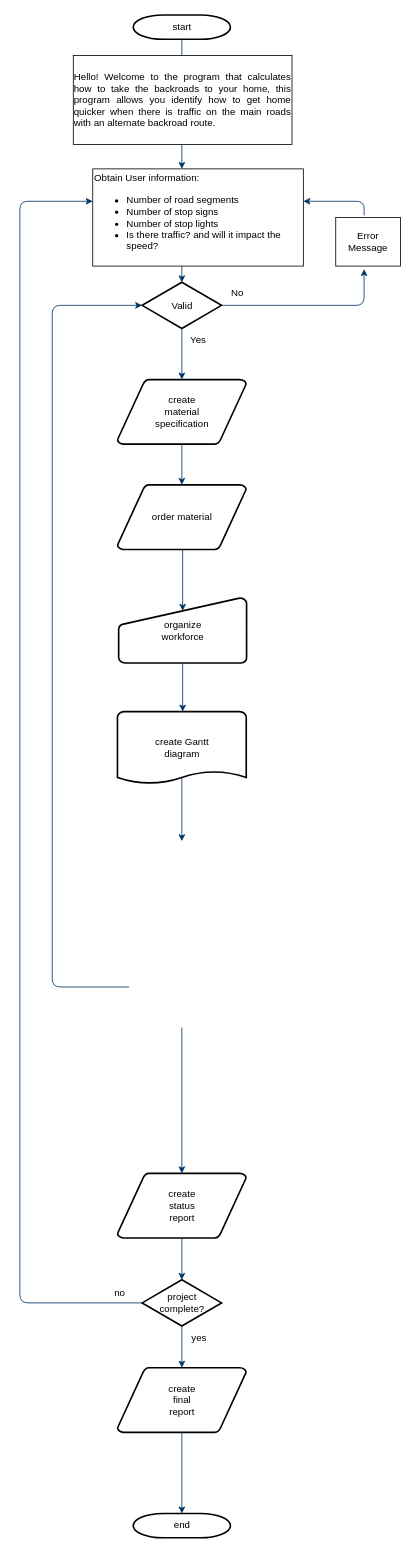
Above: Untitled Diagram.drawio in JLanez/Complete-Python-3-Bootcamp (draw.io), before the change. Source tidied: cells renumbered, new cells numbered last; positions are measured from the earlier drawing's top-left corner, leaving out a move shared by most shapes. Both pictures are drawn from the tidied source at 81%, with x=0, y=0 at pixel (19, 15).
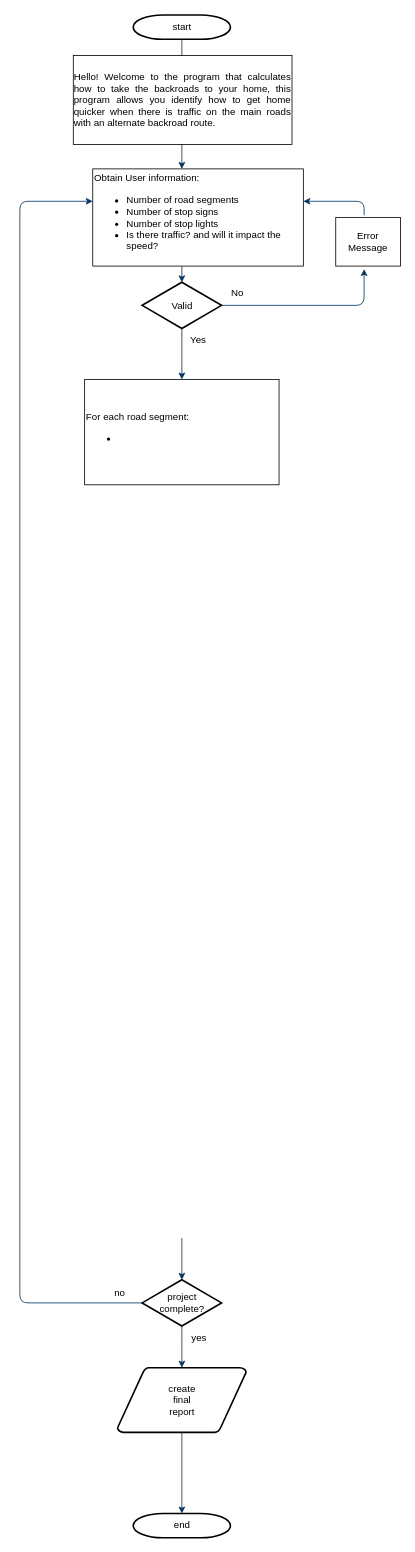
The same diagram, later.

The change refers to these unchanged cells:
```xml
<mxCell id="4" value="Valid" style="shape=mxgraph.flowchart.decision;strokeWidth=2;gradientColor=none;gradientDirection=north;fontStyle=0;html=1;" parent="1" vertex="1">
  <mxGeometry x="151" y="330" width="98" height="57" as="geometry" />
</mxCell>
<mxCell id="22" value="project&#10;complete?" style="shape=mxgraph.flowchart.decision;strokeWidth=2;gradientColor=none;gradientDirection=north;fontStyle=0;html=1;" parent="1" vertex="1">
  <mxGeometry x="151" y="1561.5" width="98" height="57" as="geometry" />
</mxCell>
```

Change to the diagram source:
```diff
@@
-    <mxCell id="3" value="create&#10;material&#10;specification" style="shape=mxgraph.flowchart.data;strokeWidth=2;gradientColor=none;gradientDirection=north;fontStyle=0;html=1;" parent="1" vertex="1">
-      <mxGeometry x="120.5" y="450" width="159" height="80" as="geometry" />
-    </mxCell>
@@
-    <mxCell id="10" style="edgeStyle=elbowEdgeStyle;elbow=horizontal;fontColor=#001933;fontStyle=1;strokeColor=#003366;strokeWidth=1;html=1;" parent="1" edge="1" source="4" target="3">
-      <mxGeometry as="geometry" />
+    <mxCell id="10" style="edgeStyle=elbowEdgeStyle;elbow=horizontal;fontColor=#001933;fontStyle=1;strokeColor=#003366;strokeWidth=1;html=1;" parent="1" edge="1" source="4">
+      <mxGeometry as="geometry">
+        <mxPoint x="200" y="450" as="targetPoint" />
+      </mxGeometry>
     </mxCell>
-    <mxCell id="11" value="order material" style="shape=mxgraph.flowchart.data;strokeWidth=2;gradientColor=none;gradientDirection=north;fontStyle=0;html=1;" parent="1" vertex="1">
-      <mxGeometry x="120.5" y="580" width="159" height="80" as="geometry" />
-    </mxCell>
@@
-    <mxCell id="13" style="edgeStyle=elbowEdgeStyle;elbow=horizontal;fontStyle=1;strokeColor=#003366;strokeWidth=1;html=1;" parent="1" edge="1" source="3" target="11">
-      <mxGeometry as="geometry" />
-    </mxCell>
-    <mxCell id="14" value="organize &#10;workforce" style="shape=mxgraph.flowchart.manual_input;strokeWidth=2;gradientColor=none;gradientDirection=north;fontStyle=0;html=1;" parent="1" vertex="1">
-      <mxGeometry x="122" y="720" width="158" height="80" as="geometry" />
-    </mxCell>
-    <mxCell id="15" style="edgeStyle=elbowEdgeStyle;elbow=horizontal;entryX=0.5;entryY=0.195;entryPerimeter=0;fontStyle=1;strokeColor=#003366;strokeWidth=1;html=1;" parent="1" edge="1" source="11" target="14">
-      <mxGeometry as="geometry" />
-    </mxCell>
-    <mxCell id="16" value="create Gantt&#10;diagram" style="shape=mxgraph.flowchart.document;strokeWidth=2;gradientColor=none;gradientDirection=north;fontStyle=0;html=1;" parent="1" vertex="1">
-      <mxGeometry x="120.5" y="860" width="159" height="90" as="geometry" />
-    </mxCell>
-    <mxCell id="17" style="edgeStyle=elbowEdgeStyle;elbow=horizontal;exitX=0.5;exitY=1;exitPerimeter=0;fontStyle=1;strokeColor=#003366;strokeWidth=1;html=1;" parent="1" edge="1" source="14" target="16">
-      <mxGeometry as="geometry" />
-    </mxCell>
-    <mxCell id="18" style="edgeStyle=elbowEdgeStyle;elbow=horizontal;exitX=0.5;exitY=0.9;exitPerimeter=0;fontStyle=1;strokeColor=#003366;strokeWidth=1;html=1;" parent="1" edge="1" source="16">
-      <mxGeometry as="geometry">
-        <mxPoint x="200" y="1020" as="targetPoint" />
-      </mxGeometry>
-    </mxCell>
-    <mxCell id="19" style="edgeStyle=elbowEdgeStyle;elbow=horizontal;exitX=0;exitY=0.5;exitPerimeter=0;entryX=0;entryY=0.5;entryPerimeter=0;fontStyle=1;strokeColor=#003366;strokeWidth=1;html=1;" parent="1" edge="1" target="4">
-      <mxGeometry as="geometry">
-        <mxPoint x="135" y="1200" as="sourcePoint" />
-        <Array as="points">
-          <mxPoint x="40" y="790" />
-        </Array>
-      </mxGeometry>
-    </mxCell>
-    <mxCell id="20" value="create&#10;status&#10;report" style="shape=mxgraph.flowchart.data;strokeWidth=2;gradientColor=none;gradientDirection=north;fontStyle=0;html=1;" parent="1" vertex="1">
-      <mxGeometry x="120.5" y="1430" width="159" height="80" as="geometry" />
-    </mxCell>
-    <mxCell id="21" style="edgeStyle=elbowEdgeStyle;elbow=vertical;exitX=0.5;exitY=1;exitPerimeter=0;fontColor=#001933;fontStyle=1;strokeColor=#003366;strokeWidth=1;html=1;" parent="1" edge="1" target="20">
-      <mxGeometry as="geometry">
-        <mxPoint x="200" y="1250" as="sourcePoint" />
-      </mxGeometry>
-    </mxCell>
@@
-    <mxCell id="25" style="edgeStyle=elbowEdgeStyle;elbow=vertical;exitX=0.5;exitY=1;exitPerimeter=0;entryX=0.5;entryY=0;entryPerimeter=0;fontStyle=1;strokeColor=#003366;strokeWidth=1;html=1;" parent="1" edge="1" source="20" target="22">
-      <mxGeometry as="geometry" />
+    <mxCell id="25" style="edgeStyle=elbowEdgeStyle;elbow=vertical;exitX=0.5;exitY=1;exitPerimeter=0;entryX=0.5;entryY=0;entryPerimeter=0;fontStyle=1;strokeColor=#003366;strokeWidth=1;html=1;" parent="1" edge="1" target="22">
+      <mxGeometry as="geometry">
+        <mxPoint x="200" y="1510" as="sourcePoint" />
+      </mxGeometry>
     </mxCell>
@@
+    <mxCell id="35" value="For each road segment:&lt;br&gt;&lt;ul&gt;&lt;li&gt;&lt;br&gt;&lt;/li&gt;&lt;/ul&gt;" style="rounded=0;whiteSpace=wrap;html=1;align=left;" parent="1" vertex="1">
+      <mxGeometry x="80" y="450" width="240" height="130" as="geometry" />
+    </mxCell>
```
